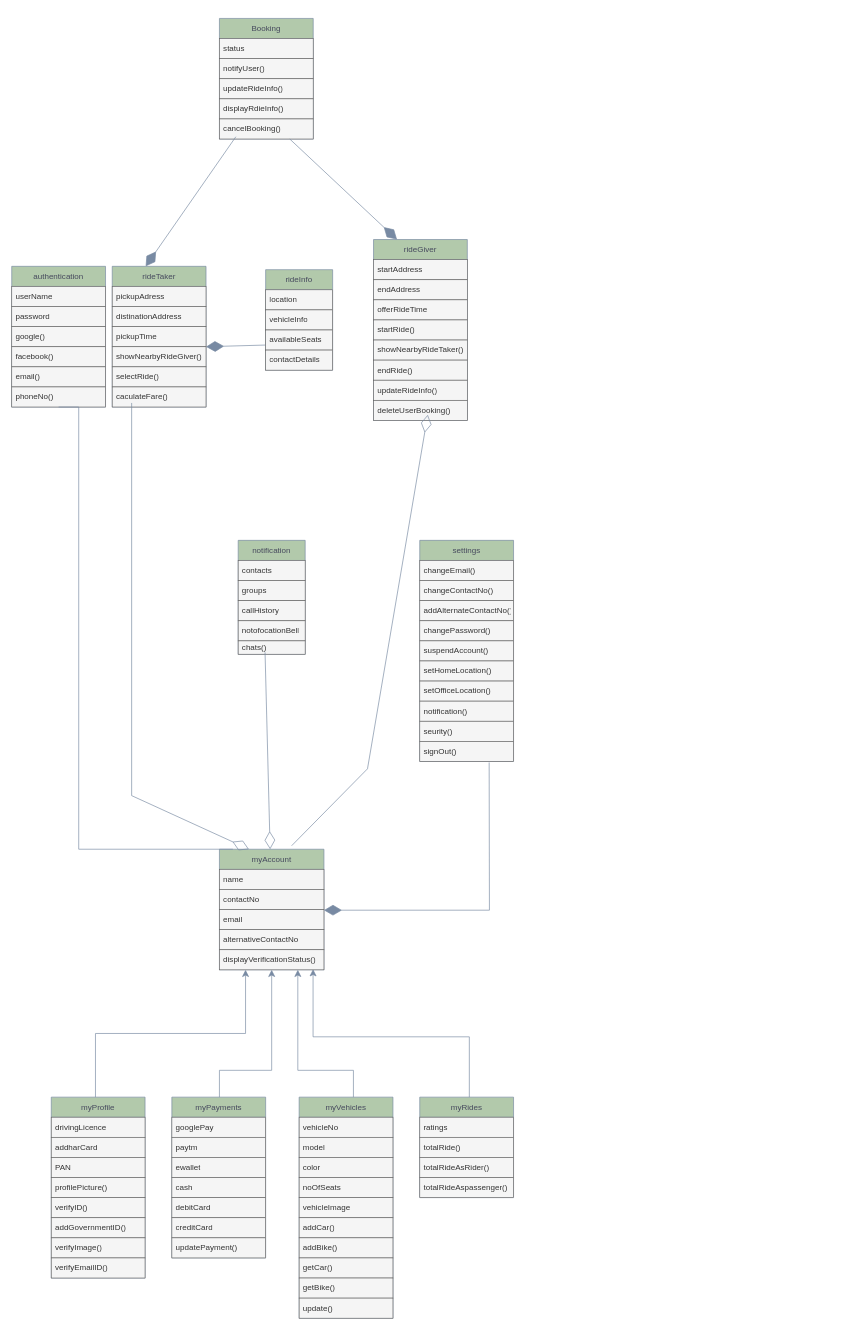
Earlier version of the draw.io diagram Class Diagram.drawio (fatahrahimi330/21Number_game). Source tidied: cells renumbered, new cells numbered last; positions are measured from the earlier drawing's top-left corner, leaving out a move shared by most shapes. Both pictures are drawn from the tidied source at 67%, with x=0, y=0 at pixel (11, 18).
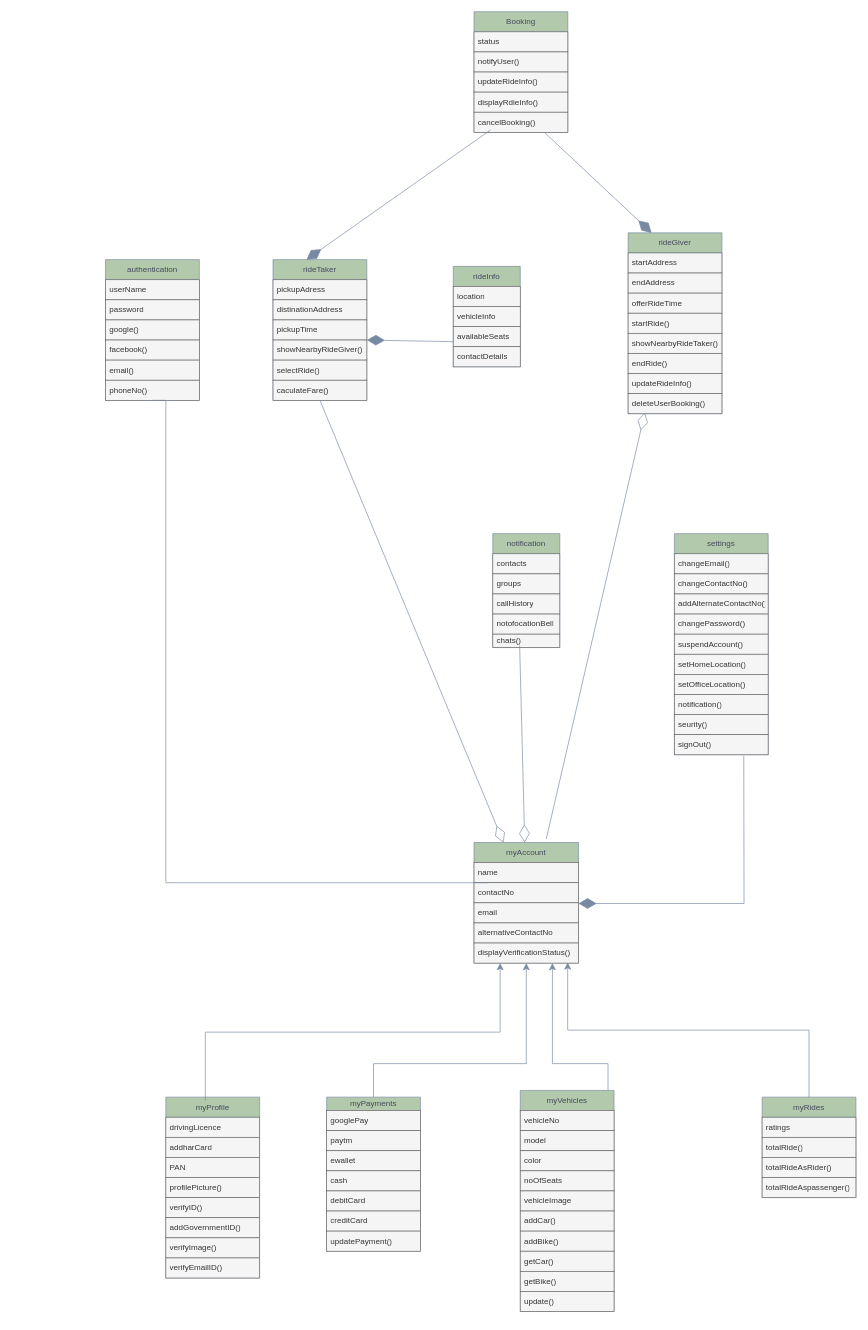
After the change.

The change refers to these unchanged cells:
```xml
<mxCell id="9" value="caculateFare()" style="text;strokeColor=#666666;fillColor=#f5f5f5;align=left;verticalAlign=middle;spacingLeft=4;spacingRight=4;overflow=hidden;points=[[0,0.5],[1,0.5]];portConstraint=eastwest;whiteSpace=wrap;html=1;labelBackgroundColor=none;fontColor=#333333;" parent="2" vertex="1">
  <mxGeometry y="180" width="140" height="30" as="geometry" />
</mxCell>
<mxCell id="30" value="deleteUserBooking()" style="text;strokeColor=#666666;fillColor=#f5f5f5;align=left;verticalAlign=middle;spacingLeft=4;spacingRight=4;overflow=hidden;points=[[0,0.5],[1,0.5]];portConstraint=eastwest;whiteSpace=wrap;html=1;labelBackgroundColor=none;fontColor=#333333;" parent="22" vertex="1">
  <mxGeometry y="240" width="140" height="30" as="geometry" />
</mxCell>
<mxCell id="47" value="signOut()" style="text;strokeColor=#666666;fillColor=#f5f5f5;align=left;verticalAlign=middle;spacingLeft=4;spacingRight=4;overflow=hidden;points=[[0,0.5],[1,0.5]];portConstraint=eastwest;whiteSpace=wrap;html=1;labelBackgroundColor=none;fontColor=#333333;" parent="37" vertex="1">
  <mxGeometry y="300" width="140" height="30" as="geometry" />
</mxCell>
<mxCell id="53" value="displayVerificationStatus()" style="text;strokeColor=#666666;fillColor=#f5f5f5;align=left;verticalAlign=middle;spacingLeft=4;spacingRight=4;overflow=hidden;points=[[0,0.5],[1,0.5]];portConstraint=eastwest;whiteSpace=wrap;html=1;labelBackgroundColor=none;fontColor=#333333;" parent="48" vertex="1">
  <mxGeometry y="150" width="156" height="30" as="geometry" />
</mxCell>
```

What changed in the source:
```diff
@@
     <mxCell id="2" value="rideTaker" style="swimlane;fontStyle=0;horizontal=1;startSize=30;whiteSpace=wrap;html=1;labelBackgroundColor=none;fillColor=#B2C9AB;strokeColor=#788AA3;fontColor=#46495D;" parent="1" vertex="1">
-      <mxGeometry x="150" y="370" width="140" height="210" as="geometry" />
+      <mxGeometry x="390" y="360" width="140" height="210" as="geometry" />
     </mxCell>
@@
     <mxCell id="10" value="authentication" style="swimlane;fontStyle=0;horizontal=1;startSize=30;whiteSpace=wrap;html=1;labelBackgroundColor=none;fillColor=#B2C9AB;strokeColor=#788AA3;fontColor=#46495D;" parent="1" vertex="1">
-      <mxGeometry y="370" width="140" height="210" as="geometry" />
+      <mxGeometry x="140" y="360" width="140" height="210" as="geometry" />
     </mxCell>
@@
     <mxCell id="17" value="rideInfo" style="swimlane;fontStyle=0;horizontal=1;startSize=30;whiteSpace=wrap;html=1;labelBackgroundColor=none;fillColor=#B2C9AB;strokeColor=#788AA3;fontColor=#46495D;" parent="1" vertex="1">
-      <mxGeometry x="379" y="375" width="100" height="150" as="geometry" />
+      <mxGeometry x="659" y="370" width="100" height="150" as="geometry" />
     </mxCell>
@@
     <mxCell id="22" value="rideGiver" style="swimlane;fontStyle=0;horizontal=1;startSize=30;whiteSpace=wrap;html=1;labelBackgroundColor=none;fillColor=#B2C9AB;strokeColor=#788AA3;fontColor=#46495D;" parent="1" vertex="1">
-      <mxGeometry x="540" y="330" width="140" height="270" as="geometry" />
+      <mxGeometry x="920" y="320" width="140" height="270" as="geometry" />
     </mxCell>
@@
     <mxCell id="31" value="notification" style="swimlane;fontStyle=0;horizontal=1;startSize=30;whiteSpace=wrap;html=1;labelBackgroundColor=none;fillColor=#B2C9AB;strokeColor=#788AA3;fontColor=#46495D;" parent="1" vertex="1">
-      <mxGeometry x="338" y="779" width="100" height="170" as="geometry" />
+      <mxGeometry x="718" y="769" width="100" height="170" as="geometry" />
     </mxCell>
@@
     <mxCell id="37" value="settings" style="swimlane;fontStyle=0;horizontal=1;startSize=30;whiteSpace=wrap;html=1;labelBackgroundColor=none;fillColor=#B2C9AB;strokeColor=#788AA3;fontColor=#46495D;" parent="1" vertex="1">
-      <mxGeometry x="609" y="779" width="140" height="330" as="geometry" />
+      <mxGeometry x="989" y="769" width="140" height="330" as="geometry" />
     </mxCell>
@@
     <mxCell id="48" value="myAccount" style="swimlane;fontStyle=0;horizontal=1;startSize=30;whiteSpace=wrap;html=1;labelBackgroundColor=none;fillColor=#B2C9AB;strokeColor=#788AA3;fontColor=#46495D;" parent="1" vertex="1">
-      <mxGeometry x="310" y="1240" width="156" height="180" as="geometry" />
+      <mxGeometry x="690" y="1230" width="156" height="180" as="geometry" />
     </mxCell>
@@
-    <mxCell id="54" value="myPayments" style="swimlane;fontStyle=0;horizontal=1;startSize=30;whiteSpace=wrap;html=1;labelBackgroundColor=none;fillColor=#B2C9AB;strokeColor=#788AA3;fontColor=#46495D;" parent="1" vertex="1">
-      <mxGeometry x="239" y="1610" width="140" height="240" as="geometry" />
+    <mxCell id="54" value="myPayments" style="swimlane;fontStyle=0;horizontal=1;startSize=20;whiteSpace=wrap;html=1;labelBackgroundColor=none;fillColor=#B2C9AB;strokeColor=#788AA3;fontColor=#46495D;" parent="1" vertex="1">
+      <mxGeometry x="470" y="1610" width="140" height="230" as="geometry" />
     </mxCell>
     <mxCell id="55" value="googlePay" style="text;strokeColor=#666666;fillColor=#f5f5f5;align=left;verticalAlign=middle;spacingLeft=4;spacingRight=4;overflow=hidden;whiteSpace=wrap;html=1;labelBackgroundColor=none;fontColor=#333333;" parent="54" vertex="1">
-      <mxGeometry y="30" width="140" height="30" as="geometry" />
+      <mxGeometry y="20" width="140" height="30" as="geometry" />
     </mxCell>
     <mxCell id="56" value="paytm" style="text;strokeColor=#666666;fillColor=#f5f5f5;align=left;verticalAlign=middle;spacingLeft=4;spacingRight=4;overflow=hidden;whiteSpace=wrap;html=1;labelBackgroundColor=none;fontColor=#333333;" parent="54" vertex="1">
-      <mxGeometry y="60" width="140" height="30" as="geometry" />
+      <mxGeometry y="50" width="140" height="30" as="geometry" />
     </mxCell>
     <mxCell id="57" value="ewallet" style="text;strokeColor=#666666;fillColor=#f5f5f5;align=left;verticalAlign=middle;spacingLeft=4;spacingRight=4;overflow=hidden;whiteSpace=wrap;html=1;labelBackgroundColor=none;fontColor=#333333;" parent="54" vertex="1">
-      <mxGeometry y="90" width="140" height="30" as="geometry" />
+      <mxGeometry y="80" width="140" height="30" as="geometry" />
     </mxCell>
     <mxCell id="58" value="cash" style="text;strokeColor=#666666;fillColor=#f5f5f5;align=left;verticalAlign=middle;spacingLeft=4;spacingRight=4;overflow=hidden;whiteSpace=wrap;html=1;labelBackgroundColor=none;fontColor=#333333;" parent="54" vertex="1">
-      <mxGeometry y="120" width="140" height="30" as="geometry" />
+      <mxGeometry y="110" width="140" height="30" as="geometry" />
     </mxCell>
     <mxCell id="59" value="debitCard" style="text;strokeColor=#666666;fillColor=#f5f5f5;align=left;verticalAlign=middle;spacingLeft=4;spacingRight=4;overflow=hidden;whiteSpace=wrap;html=1;labelBackgroundColor=none;fontColor=#333333;" parent="54" vertex="1">
-      <mxGeometry y="150" width="140" height="30" as="geometry" />
+      <mxGeometry y="140" width="140" height="30" as="geometry" />
     </mxCell>
     <mxCell id="60" value="creditCard" style="text;strokeColor=#666666;fillColor=#f5f5f5;align=left;verticalAlign=middle;spacingLeft=4;spacingRight=4;overflow=hidden;whiteSpace=wrap;html=1;labelBackgroundColor=none;fontColor=#333333;" parent="54" vertex="1">
-      <mxGeometry y="180" width="140" height="30" as="geometry" />
+      <mxGeometry y="170" width="140" height="30" as="geometry" />
     </mxCell>
     <mxCell id="61" value="updatePayment()" style="text;strokeColor=#666666;fillColor=#f5f5f5;align=left;verticalAlign=middle;spacingLeft=4;spacingRight=4;overflow=hidden;whiteSpace=wrap;html=1;labelBackgroundColor=none;fontColor=#333333;" parent="54" vertex="1">
-      <mxGeometry y="210" width="140" height="30" as="geometry" />
+      <mxGeometry y="200" width="140" height="30" as="geometry" />
     </mxCell>
     <mxCell id="62" value="myVehicles" style="swimlane;fontStyle=0;horizontal=1;startSize=30;whiteSpace=wrap;html=1;labelBackgroundColor=none;fillColor=#B2C9AB;strokeColor=#788AA3;fontColor=#46495D;" parent="1" vertex="1">
-      <mxGeometry x="429" y="1610" width="140" height="330" as="geometry" />
+      <mxGeometry x="759" y="1600" width="140" height="330" as="geometry" />
     </mxCell>
@@
     <mxCell id="73" value="myRides" style="swimlane;fontStyle=0;horizontal=1;startSize=30;whiteSpace=wrap;html=1;labelBackgroundColor=none;fillColor=#B2C9AB;strokeColor=#788AA3;fontColor=#46495D;" parent="1" vertex="1">
-      <mxGeometry x="609" y="1610" width="140" height="150" as="geometry" />
+      <mxGeometry x="1120" y="1610" width="140" height="150" as="geometry" />
     </mxCell>
@@
     <mxCell id="78" value="myProfile" style="swimlane;fontStyle=0;horizontal=1;startSize=30;whiteSpace=wrap;html=1;labelBackgroundColor=none;fillColor=#B2C9AB;strokeColor=#788AA3;fontColor=#46495D;" parent="1" vertex="1">
-      <mxGeometry x="59" y="1610" width="140" height="270" as="geometry" />
+      <mxGeometry x="230" y="1610" width="140" height="270" as="geometry" />
     </mxCell>
@@
     <mxCell id="87" value="Booking" style="swimlane;fontStyle=0;horizontal=1;startSize=30;whiteSpace=wrap;html=1;labelBackgroundColor=none;fillColor=#B2C9AB;strokeColor=#788AA3;fontColor=#46495D;" parent="1" vertex="1">
-      <mxGeometry x="310" width="140" height="180" as="geometry" />
+      <mxGeometry x="690" y="-10" width="140" height="180" as="geometry" />
     </mxCell>
@@
-    <mxCell id="93" style="edgeStyle=elbowEdgeStyle;elbow=vertical;endArrow=classic;html=1;curved=0;rounded=0;endSize=8;startSize=8;strokeColor=#788AA3;fontColor=#46495D;fillColor=#B2C9AB;entryX=0.25;entryY=1;entryDx=0;entryDy=0;" parent="1" edge="1" target="48">
-      <mxGeometry relative="1" as="geometry">
-        <mxPoint x="125" y="1610" as="sourcePoint" />
-      </mxGeometry>
+    <mxCell id="93" style="edgeStyle=elbowEdgeStyle;elbow=vertical;endArrow=classic;html=1;curved=0;rounded=0;endSize=8;startSize=8;strokeColor=#788AA3;fontColor=#46495D;fillColor=#B2C9AB;entryX=0.25;entryY=1;entryDx=0;entryDy=0;exitX=0.421;exitY=0.02;exitDx=0;exitDy=0;exitPerimeter=0;" parent="1" edge="1" source="78" target="48">
+      <mxGeometry relative="1" as="geometry" />
     </mxCell>
-    <mxCell id="94" style="edgeStyle=elbowEdgeStyle;elbow=vertical;endArrow=classic;html=1;curved=0;rounded=0;endSize=8;startSize=8;strokeColor=#788AA3;fontColor=#46495D;fillColor=#B2C9AB;entryX=0.5;entryY=1;entryDx=0;entryDy=0;" parent="1" edge="1">
+    <mxCell id="94" style="edgeStyle=elbowEdgeStyle;elbow=vertical;endArrow=classic;html=1;curved=0;rounded=0;endSize=8;startSize=8;strokeColor=#788AA3;fontColor=#46495D;fillColor=#B2C9AB;entryX=0.5;entryY=1;entryDx=0;entryDy=0;exitX=0.5;exitY=0;exitDx=0;exitDy=0;" parent="1" edge="1" source="54">
       <mxGeometry relative="1" as="geometry">
-        <mxPoint x="310" y="1610" as="sourcePoint" />
-        <mxPoint x="388" y="1420" as="targetPoint" />
+        <mxPoint x="768" y="1410" as="targetPoint" />
         <Array as="points">
-          <mxPoint x="348" y="1570" />
+          <mxPoint x="728" y="1560" />
         </Array>
       </mxGeometry>
     </mxCell>
     <mxCell id="95" style="edgeStyle=elbowEdgeStyle;elbow=vertical;endArrow=classic;html=1;curved=0;rounded=0;endSize=8;startSize=8;strokeColor=#788AA3;fontColor=#46495D;fillColor=#B2C9AB;entryX=0.75;entryY=1;entryDx=0;entryDy=0;" parent="1" edge="1" target="48">
       <mxGeometry relative="1" as="geometry">
-        <mxPoint x="510" y="1610" as="sourcePoint" />
+        <mxPoint x="890" y="1600" as="sourcePoint" />
         <Array as="points">
-          <mxPoint x="548" y="1570" />
+          <mxPoint x="928" y="1560" />
         </Array>
       </mxGeometry>
     </mxCell>
-    <mxCell id="96" style="edgeStyle=elbowEdgeStyle;elbow=vertical;endArrow=classic;html=1;curved=0;rounded=0;endSize=8;startSize=8;strokeColor=#788AA3;fontColor=#46495D;fillColor=#B2C9AB;entryX=0.896;entryY=0.97;entryDx=0;entryDy=0;entryPerimeter=0;" parent="1" edge="1" target="53">
+    <mxCell id="96" style="edgeStyle=elbowEdgeStyle;elbow=vertical;endArrow=classic;html=1;curved=0;rounded=0;endSize=8;startSize=8;strokeColor=#788AA3;fontColor=#46495D;fillColor=#B2C9AB;entryX=0.896;entryY=0.97;entryDx=0;entryDy=0;entryPerimeter=0;exitX=0.5;exitY=0;exitDx=0;exitDy=0;" parent="1" edge="1" source="73" target="53">
       <mxGeometry relative="1" as="geometry">
-        <mxPoint x="683" y="1610" as="sourcePoint" />
         <Array as="points">
-          <mxPoint x="560" y="1520" />
+          <mxPoint x="940" y="1510" />
         </Array>
       </mxGeometry>
     </mxCell>
     <mxCell id="97" style="endArrow=diamondThin;endFill=1;endSize=24;html=1;rounded=0;strokeColor=#788AA3;fontColor=#46495D;fillColor=#B2C9AB;exitX=0.74;exitY=1.049;exitDx=0;exitDy=0;exitPerimeter=0;" parent="1" edge="1" source="47">
       <mxGeometry relative="1" as="geometry">
-        <mxPoint x="466" y="1331" as="targetPoint" />
+        <mxPoint x="846" y="1321" as="targetPoint" />
         <Array as="points">
-          <mxPoint x="713" y="1331" />
+          <mxPoint x="1093" y="1321" />
         </Array>
       </mxGeometry>
     </mxCell>
@@
-    <mxCell id="99" style="endArrow=diamondThin;endFill=0;endSize=24;html=1;rounded=0;strokeColor=#788AA3;fontColor=#46495D;fillColor=#B2C9AB;entryX=0.578;entryY=0.72;entryDx=0;entryDy=0;entryPerimeter=0;exitX=0.691;exitY=-0.029;exitDx=0;exitDy=0;exitPerimeter=0;" parent="1" edge="1" source="48" target="30">
-      <mxGeometry relative="1" as="geometry">
-        <Array as="points">
-          <mxPoint x="531" y="1120" />
-        </Array>
-      </mxGeometry>
+    <mxCell id="99" style="endArrow=diamondThin;endFill=0;endSize=24;html=1;rounded=0;strokeColor=#788AA3;fontColor=#46495D;fillColor=#B2C9AB;entryX=0.178;entryY=0.951;entryDx=0;entryDy=0;entryPerimeter=0;exitX=0.691;exitY=-0.029;exitDx=0;exitDy=0;exitPerimeter=0;" parent="1" edge="1" source="48" target="30">
+      <mxGeometry relative="1" as="geometry" />
     </mxCell>
-    <mxCell id="100" style="endArrow=diamondThin;endFill=0;endSize=24;html=1;rounded=0;strokeColor=#788AA3;fontColor=#46495D;fillColor=#B2C9AB;exitX=0.207;exitY=0.798;exitDx=0;exitDy=0;exitPerimeter=0;" parent="1" edge="1" source="9">
+    <mxCell id="100" style="endArrow=diamondThin;endFill=0;endSize=24;html=1;rounded=0;strokeColor=#788AA3;fontColor=#46495D;fillColor=#B2C9AB;exitX=0.5;exitY=1;exitDx=0;exitDy=0;" parent="1" edge="1" source="2">
       <mxGeometry relative="1" as="geometry">
-        <mxPoint x="354" y="1240" as="targetPoint" />
-        <Array as="points">
-          <mxPoint x="179" y="1160" />
-        </Array>
+        <mxPoint x="734" y="1230" as="targetPoint" />
       </mxGeometry>
     </mxCell>
     <mxCell id="101" style="endArrow=none;html=1;edgeStyle=orthogonalEdgeStyle;rounded=0;strokeColor=#788AA3;fontColor=#46495D;fillColor=#B2C9AB;exitX=0.5;exitY=1;exitDx=0;exitDy=0;" parent="1" edge="1" source="10">
       <mxGeometry relative="1" as="geometry">
-        <mxPoint x="330" y="1240" as="targetPoint" />
+        <mxPoint x="710" y="1290" as="targetPoint" />
         <Array as="points">
-          <mxPoint x="100" y="580" />
-          <mxPoint x="100" y="1240" />
+          <mxPoint x="230" y="570" />
+          <mxPoint x="230" y="1290" />
         </Array>
       </mxGeometry>
     </mxCell>
```
